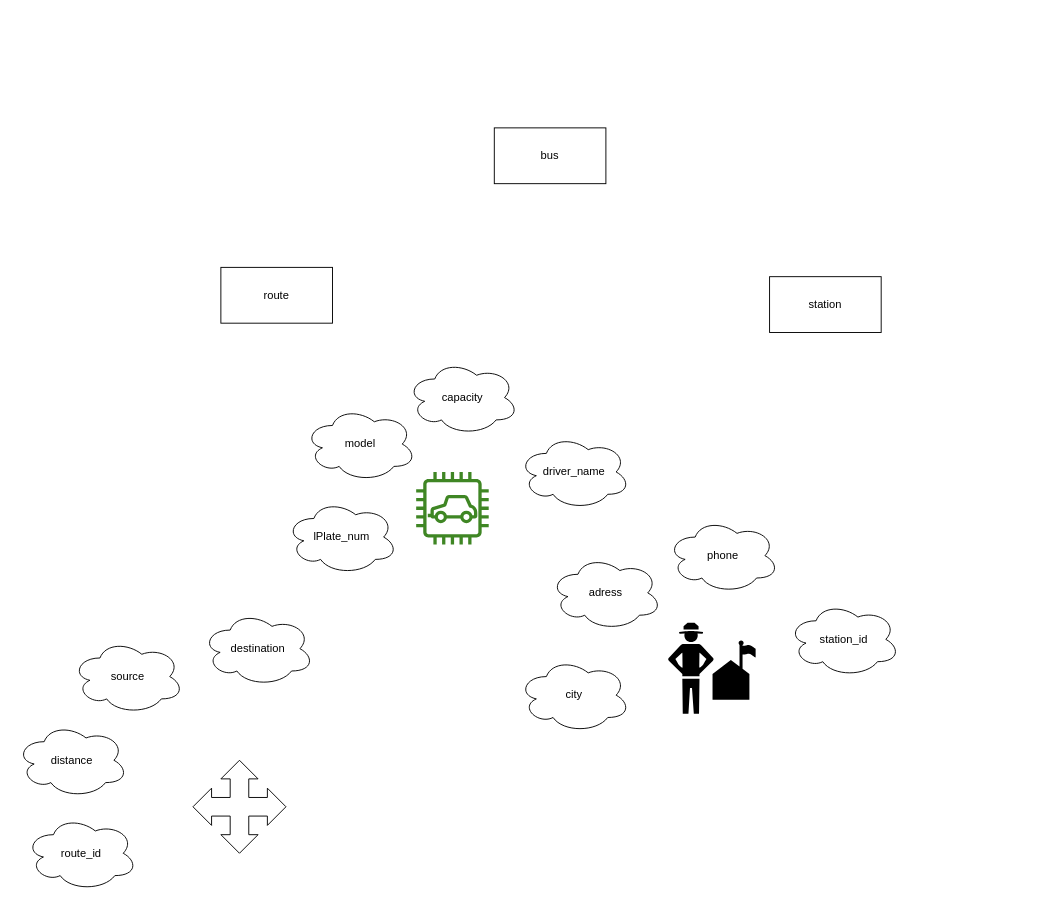
OinkoIT/BE16-MySQL-DAY2-Claus-Markus keeps this draw.io diagram as page "Page-2" (2 of 4) of claus/transportcomp.drawio. Above is the earlier version. Source tidied: cells renumbered, new cells numbered last; positions are measured from the earlier drawing's top-left corner, leaving out a move shared by most shapes. Both pictures are drawn from the tidied source at 93%, with x=0, y=0 at pixel (16, 127).
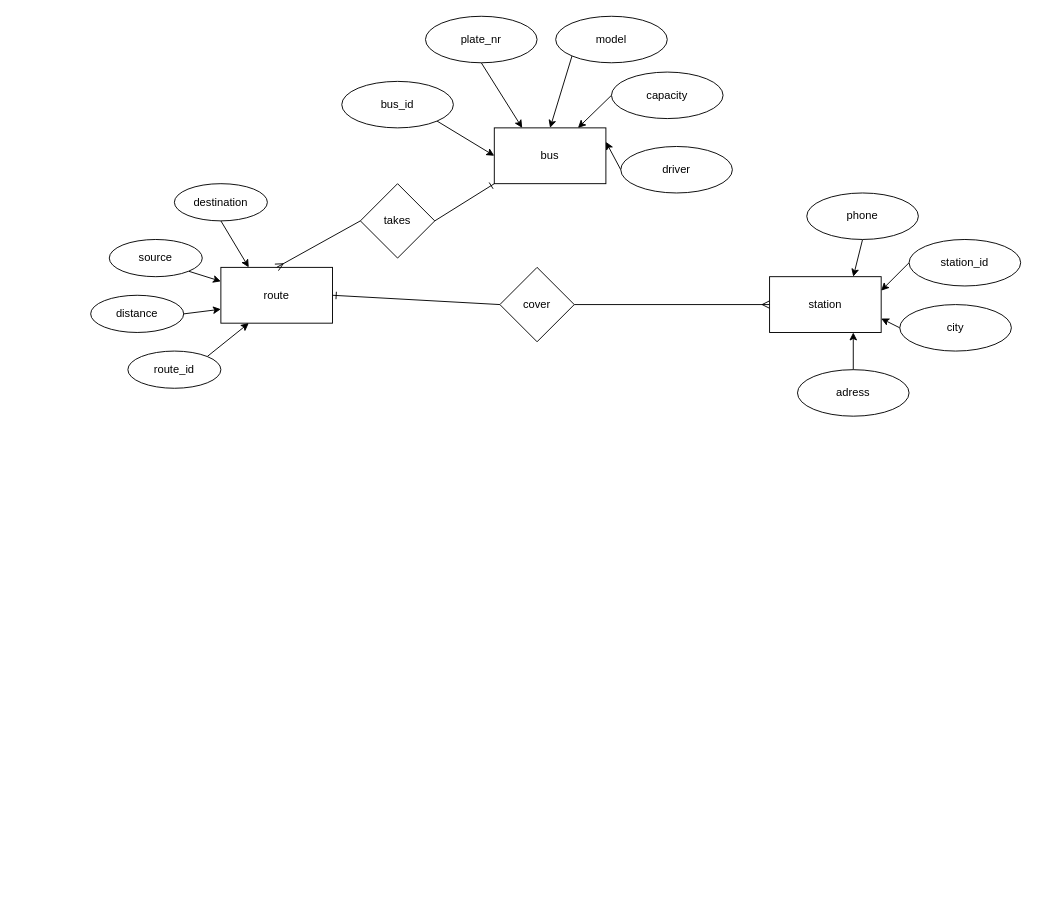
The same page after the edit.

Unchanged cells that the change refers to:
```xml
<mxCell id="17" value="bus" style="rounded=0;whiteSpace=wrap;html=1;" parent="1" vertex="1">
  <mxGeometry x="514" width="120" height="60" as="geometry" />
</mxCell>
<mxCell id="18" value="route" style="rounded=0;whiteSpace=wrap;html=1;" parent="1" vertex="1">
  <mxGeometry x="220" y="150" width="120" height="60" as="geometry" />
</mxCell>
<mxCell id="19" value="station" style="rounded=0;whiteSpace=wrap;html=1;" parent="1" vertex="1">
  <mxGeometry x="810" y="160" width="120" height="60" as="geometry" />
</mxCell>
```

The edit, as a diff of the source:
```diff
@@
-    <mxCell id="2" style="sketch=0;fontColor=#232F3E;gradientColor=none;fillColor=#3F8624;strokeColor=none;dashed=0;verticalLabelPosition=bottom;verticalAlign=top;align=center;html=1;fontSize=12;fontStyle=0;shape=mxgraph.aws4.car;" parent="1" vertex="1">
-      <mxGeometry x="430" y="370" width="78" height="78" as="geometry" />
-    </mxCell>
-    <mxCell id="3" style="html=1;shadow=0;dashed=0;align=center;verticalAlign=middle;shape=mxgraph.arrows2.quadArrow;dy=10;dx=20;notch=24;arrowHead=10;" parent="1" vertex="1">
-      <mxGeometry x="190" y="680" width="100" height="100" as="geometry" />
-    </mxCell>
-    <mxCell id="4" style="shape=mxgraph.signs.sports.ranger_station_2;html=1;fillColor=#000000;strokeColor=none;verticalLabelPosition=bottom;verticalAlign=top;align=center;" parent="1" vertex="1">
-      <mxGeometry x="700" y="532" width="95" height="98" as="geometry" />
-    </mxCell>
-    <mxCell id="5" value="source" style="ellipse;shape=cloud;whiteSpace=wrap;html=1;" parent="1" vertex="1">
-      <mxGeometry x="60" y="550" width="120" height="80" as="geometry" />
-    </mxCell>
-    <mxCell id="6" value="distance" style="ellipse;shape=cloud;whiteSpace=wrap;html=1;" parent="1" vertex="1">
-      <mxGeometry y="640" width="120" height="80" as="geometry" />
-    </mxCell>
-    <mxCell id="7" value="route_id" style="ellipse;shape=cloud;whiteSpace=wrap;html=1;" parent="1" vertex="1">
-      <mxGeometry x="10" y="740" width="120" height="80" as="geometry" />
-    </mxCell>
-    <mxCell id="8" value="destination" style="ellipse;shape=cloud;whiteSpace=wrap;html=1;" parent="1" vertex="1">
-      <mxGeometry x="200" y="520" width="120" height="80" as="geometry" />
-    </mxCell>
-    <mxCell id="9" value="lPlate_num" style="ellipse;shape=cloud;whiteSpace=wrap;html=1;" parent="1" vertex="1">
-      <mxGeometry x="290" y="400" width="120" height="80" as="geometry" />
-    </mxCell>
-    <mxCell id="10" value="driver_name" style="ellipse;shape=cloud;whiteSpace=wrap;html=1;" parent="1" vertex="1">
-      <mxGeometry x="540" y="330" width="120" height="80" as="geometry" />
-    </mxCell>
-    <mxCell id="11" value="capacity" style="ellipse;shape=cloud;whiteSpace=wrap;html=1;" parent="1" vertex="1">
-      <mxGeometry x="420" y="250" width="120" height="80" as="geometry" />
-    </mxCell>
-    <mxCell id="12" value="model" style="ellipse;shape=cloud;whiteSpace=wrap;html=1;" parent="1" vertex="1">
-      <mxGeometry x="310" y="300" width="120" height="80" as="geometry" />
-    </mxCell>
-    <mxCell id="13" value="city" style="ellipse;shape=cloud;whiteSpace=wrap;html=1;" parent="1" vertex="1">
-      <mxGeometry x="540" y="570" width="120" height="80" as="geometry" />
-    </mxCell>
-    <mxCell id="14" value="station_id" style="ellipse;shape=cloud;whiteSpace=wrap;html=1;" parent="1" vertex="1">
-      <mxGeometry x="830" y="510" width="120" height="80" as="geometry" />
-    </mxCell>
-    <mxCell id="15" value="phone" style="ellipse;shape=cloud;whiteSpace=wrap;html=1;" parent="1" vertex="1">
-      <mxGeometry x="700" y="420" width="120" height="80" as="geometry" />
-    </mxCell>
-    <mxCell id="16" value="adress" style="ellipse;shape=cloud;whiteSpace=wrap;html=1;" parent="1" vertex="1">
-      <mxGeometry x="574" y="460" width="120" height="80" as="geometry" />
-    </mxCell>
+    <mxCell id="20" style="edgeStyle=none;html=1;exitX=0;exitY=1;exitDx=0;exitDy=0;entryX=1;entryY=0.5;entryDx=0;entryDy=0;startArrow=ERone;startFill=0;endArrow=none;endFill=0;" parent="1" edge="1" source="17" target="39">
+      <mxGeometry relative="1" as="geometry" />
+    </mxCell>
@@
+    <mxCell id="21" style="edgeStyle=none;html=1;exitX=1;exitY=0.5;exitDx=0;exitDy=0;entryX=0;entryY=0.5;entryDx=0;entryDy=0;startArrow=ERone;startFill=0;endArrow=none;endFill=0;" parent="1" edge="1" source="18" target="41">
+      <mxGeometry relative="1" as="geometry" />
+    </mxCell>
@@
+    <mxCell id="22" style="edgeStyle=none;html=1;exitX=1;exitY=0;exitDx=0;exitDy=0;entryX=0.25;entryY=1;entryDx=0;entryDy=0;" parent="1" edge="1" source="7" target="18">
+      <mxGeometry relative="1" as="geometry" />
+    </mxCell>
+    <mxCell id="7" value="route_id" style="ellipse;whiteSpace=wrap;html=1;align=center;newEdgeStyle={&quot;edgeStyle&quot;:&quot;entityRelationEdgeStyle&quot;,&quot;startArrow&quot;:&quot;none&quot;,&quot;endArrow&quot;:&quot;none&quot;,&quot;segment&quot;:10,&quot;curved&quot;:1};" parent="1" vertex="1">
+      <mxGeometry x="120" y="240" width="100" height="40" as="geometry" />
+    </mxCell>
+    <mxCell id="23" style="edgeStyle=none;html=1;exitX=1;exitY=0.5;exitDx=0;exitDy=0;entryX=0;entryY=0.75;entryDx=0;entryDy=0;" parent="1" edge="1" source="6" target="18">
+      <mxGeometry relative="1" as="geometry" />
+    </mxCell>
+    <mxCell id="6" value="distance" style="ellipse;whiteSpace=wrap;html=1;align=center;newEdgeStyle={&quot;edgeStyle&quot;:&quot;entityRelationEdgeStyle&quot;,&quot;startArrow&quot;:&quot;none&quot;,&quot;endArrow&quot;:&quot;none&quot;,&quot;segment&quot;:10,&quot;curved&quot;:1};" parent="1" vertex="1">
+      <mxGeometry x="80" y="180" width="100" height="40" as="geometry" />
+    </mxCell>
+    <mxCell id="24" style="edgeStyle=none;html=1;exitX=1;exitY=1;exitDx=0;exitDy=0;entryX=0;entryY=0.25;entryDx=0;entryDy=0;" parent="1" edge="1" source="5" target="18">
+      <mxGeometry relative="1" as="geometry" />
+    </mxCell>
+    <mxCell id="5" value="source" style="ellipse;whiteSpace=wrap;html=1;align=center;newEdgeStyle={&quot;edgeStyle&quot;:&quot;entityRelationEdgeStyle&quot;,&quot;startArrow&quot;:&quot;none&quot;,&quot;endArrow&quot;:&quot;none&quot;,&quot;segment&quot;:10,&quot;curved&quot;:1};" parent="1" vertex="1">
+      <mxGeometry x="100" y="120" width="100" height="40" as="geometry" />
+    </mxCell>
+    <mxCell id="25" style="edgeStyle=none;html=1;exitX=0.5;exitY=1;exitDx=0;exitDy=0;entryX=0.25;entryY=0;entryDx=0;entryDy=0;" parent="1" edge="1" source="8" target="18">
+      <mxGeometry relative="1" as="geometry" />
+    </mxCell>
+    <mxCell id="8" value="destination" style="ellipse;whiteSpace=wrap;html=1;align=center;newEdgeStyle={&quot;edgeStyle&quot;:&quot;entityRelationEdgeStyle&quot;,&quot;startArrow&quot;:&quot;none&quot;,&quot;endArrow&quot;:&quot;none&quot;,&quot;segment&quot;:10,&quot;curved&quot;:1};" parent="1" vertex="1">
+      <mxGeometry x="170" y="60" width="100" height="40" as="geometry" />
+    </mxCell>
+    <mxCell id="26" style="edgeStyle=none;html=1;exitX=1;exitY=1;exitDx=0;exitDy=0;entryX=0;entryY=0.5;entryDx=0;entryDy=0;" parent="1" edge="1" source="27" target="17">
+      <mxGeometry relative="1" as="geometry" />
+    </mxCell>
+    <mxCell id="27" value="bus_id" style="ellipse;whiteSpace=wrap;html=1;" parent="1" vertex="1">
+      <mxGeometry x="350" y="-50" width="120" height="50" as="geometry" />
+    </mxCell>
+    <mxCell id="28" style="edgeStyle=none;html=1;exitX=0.5;exitY=1;exitDx=0;exitDy=0;entryX=0.25;entryY=0;entryDx=0;entryDy=0;" parent="1" edge="1" source="29" target="17">
+      <mxGeometry relative="1" as="geometry" />
+    </mxCell>
+    <mxCell id="29" value="plate_nr" style="ellipse;whiteSpace=wrap;html=1;" parent="1" vertex="1">
+      <mxGeometry x="440" y="-120" width="120" height="50" as="geometry" />
+    </mxCell>
+    <mxCell id="30" style="edgeStyle=none;html=1;exitX=0;exitY=1;exitDx=0;exitDy=0;entryX=0.5;entryY=0;entryDx=0;entryDy=0;" parent="1" edge="1" source="12" target="17">
+      <mxGeometry relative="1" as="geometry" />
+    </mxCell>
+    <mxCell id="12" value="model" style="ellipse;whiteSpace=wrap;html=1;" parent="1" vertex="1">
+      <mxGeometry x="580" y="-120" width="120" height="50" as="geometry" />
+    </mxCell>
+    <mxCell id="31" style="edgeStyle=none;html=1;exitX=0;exitY=0.5;exitDx=0;exitDy=0;entryX=0.75;entryY=0;entryDx=0;entryDy=0;" parent="1" edge="1" source="11" target="17">
+      <mxGeometry relative="1" as="geometry" />
+    </mxCell>
+    <mxCell id="11" value="capacity" style="ellipse;whiteSpace=wrap;html=1;" parent="1" vertex="1">
+      <mxGeometry x="640" y="-60" width="120" height="50" as="geometry" />
+    </mxCell>
+    <mxCell id="32" style="edgeStyle=none;html=1;exitX=0;exitY=0.5;exitDx=0;exitDy=0;entryX=1;entryY=0.25;entryDx=0;entryDy=0;" parent="1" edge="1" source="33" target="17">
+      <mxGeometry relative="1" as="geometry" />
+    </mxCell>
+    <mxCell id="33" value="driver" style="ellipse;whiteSpace=wrap;html=1;" parent="1" vertex="1">
+      <mxGeometry x="650" y="20" width="120" height="50" as="geometry" />
+    </mxCell>
+    <mxCell id="34" style="edgeStyle=none;html=1;exitX=0;exitY=0.5;exitDx=0;exitDy=0;entryX=1;entryY=0.25;entryDx=0;entryDy=0;" parent="1" edge="1" source="14" target="19">
+      <mxGeometry relative="1" as="geometry" />
+    </mxCell>
+    <mxCell id="14" value="station_id" style="ellipse;whiteSpace=wrap;html=1;" parent="1" vertex="1">
+      <mxGeometry x="960" y="120" width="120" height="50" as="geometry" />
+    </mxCell>
+    <mxCell id="35" style="edgeStyle=none;html=1;exitX=0;exitY=0.5;exitDx=0;exitDy=0;entryX=1;entryY=0.75;entryDx=0;entryDy=0;" parent="1" edge="1" source="13" target="19">
+      <mxGeometry relative="1" as="geometry" />
+    </mxCell>
+    <mxCell id="13" value="city" style="ellipse;whiteSpace=wrap;html=1;" parent="1" vertex="1">
+      <mxGeometry x="950" y="190" width="120" height="50" as="geometry" />
+    </mxCell>
+    <mxCell id="36" style="edgeStyle=none;html=1;exitX=0.5;exitY=0;exitDx=0;exitDy=0;entryX=0.75;entryY=1;entryDx=0;entryDy=0;" parent="1" edge="1" source="16" target="19">
+      <mxGeometry relative="1" as="geometry" />
+    </mxCell>
+    <mxCell id="16" value="adress" style="ellipse;whiteSpace=wrap;html=1;" parent="1" vertex="1">
+      <mxGeometry x="840" y="260" width="120" height="50" as="geometry" />
+    </mxCell>
+    <mxCell id="37" style="edgeStyle=none;html=1;exitX=0.5;exitY=1;exitDx=0;exitDy=0;entryX=0.75;entryY=0;entryDx=0;entryDy=0;" parent="1" edge="1" source="15" target="19">
+      <mxGeometry relative="1" as="geometry" />
+    </mxCell>
+    <mxCell id="15" value="phone" style="ellipse;whiteSpace=wrap;html=1;" parent="1" vertex="1">
+      <mxGeometry x="850" y="70" width="120" height="50" as="geometry" />
+    </mxCell>
+    <mxCell id="38" style="edgeStyle=none;html=1;exitX=0;exitY=0.5;exitDx=0;exitDy=0;entryX=0.5;entryY=0;entryDx=0;entryDy=0;endArrow=ERmany;endFill=0;" parent="1" edge="1" source="39" target="18">
+      <mxGeometry relative="1" as="geometry" />
+    </mxCell>
+    <mxCell id="39" value="takes" style="rhombus;whiteSpace=wrap;html=1;" parent="1" vertex="1">
+      <mxGeometry x="370" y="60" width="80" height="80" as="geometry" />
+    </mxCell>
+    <mxCell id="40" style="edgeStyle=none;html=1;exitX=1;exitY=0.5;exitDx=0;exitDy=0;entryX=0;entryY=0.5;entryDx=0;entryDy=0;startArrow=none;startFill=0;endArrow=ERmany;endFill=0;" parent="1" edge="1" source="41" target="19">
+      <mxGeometry relative="1" as="geometry" />
+    </mxCell>
+    <mxCell id="41" value="cover" style="rhombus;whiteSpace=wrap;html=1;" parent="1" vertex="1">
+      <mxGeometry x="520" y="150" width="80" height="80" as="geometry" />
+    </mxCell>
```
